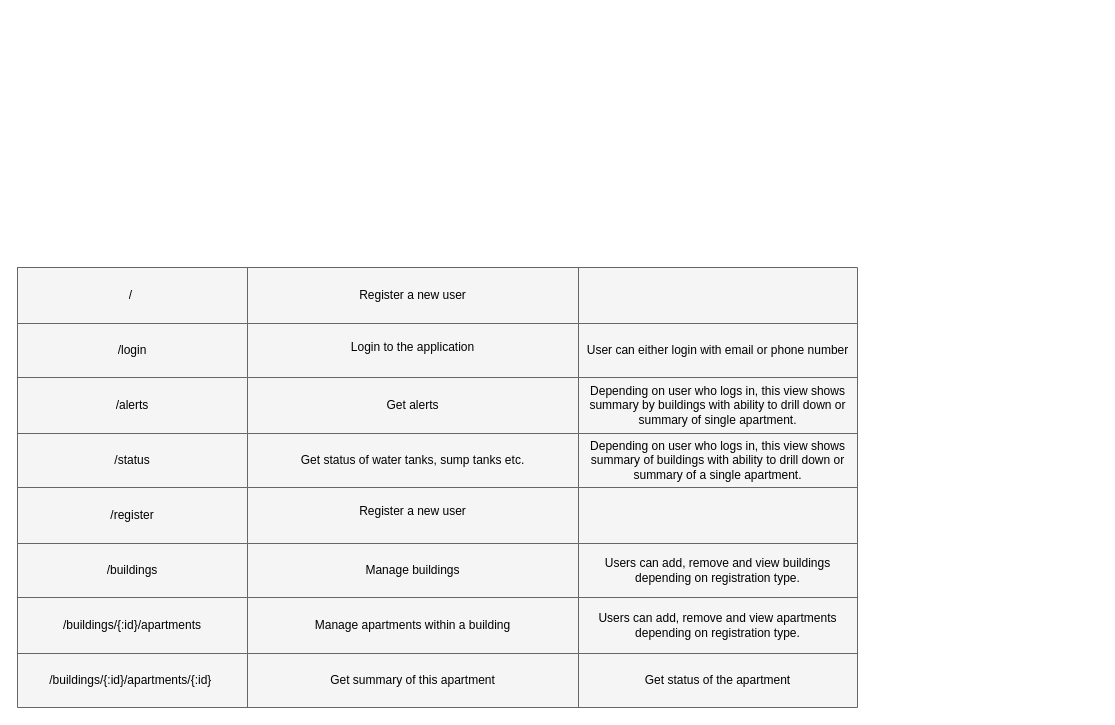
This is notes/WaterManagementApp.drawio from aniruddhand/ciot-capstone, a draw.io file, before an edit. Source tidied: cells renumbered, new cells numbered last; positions are measured from the earlier drawing's top-left corner, leaving out a move shared by most shapes. Both pictures are drawn from the tidied source at 100%, with x=0, y=0 at pixel (17, 267).
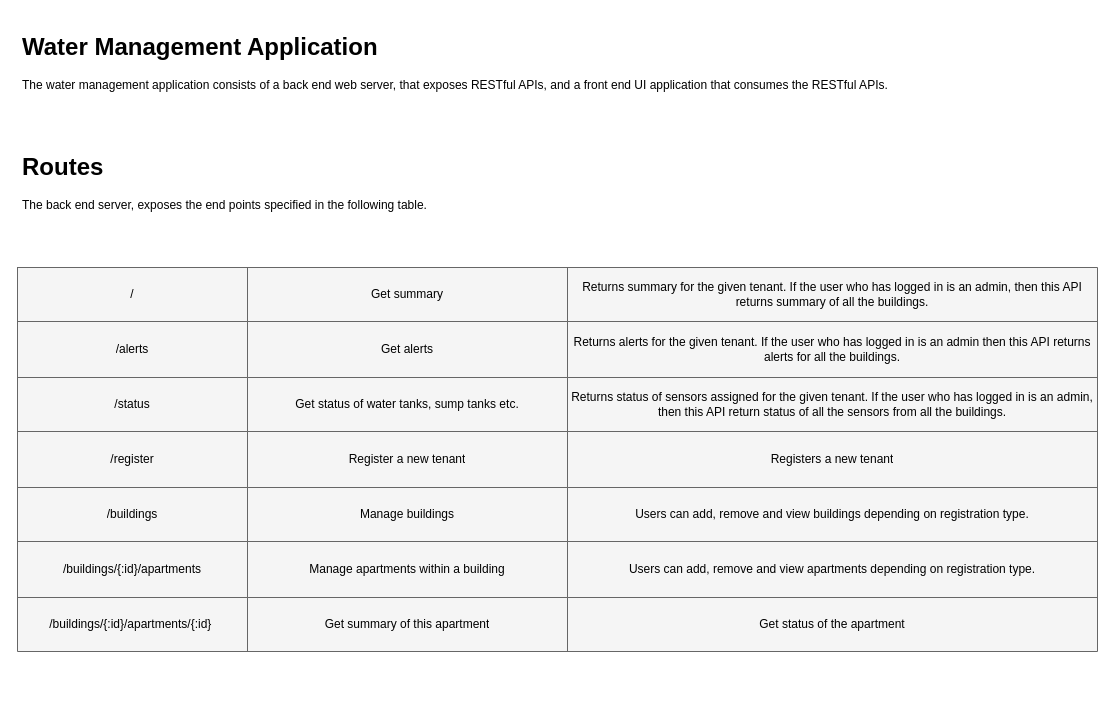
After the change.

What changed in the source:
```diff
@@
     <mxCell id="2" style="shape=table;startSize=0;childLayout=tableLayout;rounded=0;sketch=0;fillColor=#f5f5f5;strokeColor=#666666;fontColor=#333333;" parent="1" vertex="1">
-      <mxGeometry width="840" height="440" as="geometry" />
+      <mxGeometry width="1080" height="384" as="geometry" />
     </mxCell>
-    <mxCell id="3" style="shape=partialRectangle;fillColor=none;top=0;left=0;bottom=0;right=0;" parent="2" vertex="1">
-      <mxGeometry width="840" height="56" as="geometry" />
-    </mxCell>
-    <mxCell id="4" value="/&lt;span style=&quot;white-space: pre&quot;&gt; &lt;/span&gt;" style="shape=partialRectangle;html=1;whiteSpace=wrap;overflow=hidden;fillColor=none;top=0;left=0;bottom=0;right=0;" parent="3" vertex="1">
-      <mxGeometry width="230" height="56" as="geometry" />
-    </mxCell>
-    <mxCell id="5" value="Register a new user" style="shape=partialRectangle;html=1;whiteSpace=wrap;overflow=hidden;fillColor=none;top=0;left=0;bottom=0;right=0;" parent="3" vertex="1">
-      <mxGeometry x="230" width="331" height="56" as="geometry" />
-    </mxCell>
-    <mxCell id="6" style="shape=partialRectangle;html=1;whiteSpace=wrap;overflow=hidden;fillColor=none;top=0;left=0;bottom=0;right=0;" parent="3" vertex="1">
-      <mxGeometry x="561" width="279" height="56" as="geometry" />
-    </mxCell>
     <mxCell id="7" style="shape=partialRectangle;fillColor=none;top=0;left=0;bottom=0;right=0;" parent="2" vertex="1">
-      <mxGeometry y="56" width="840" height="54" as="geometry" />
+      <mxGeometry width="1080" height="54" as="geometry" />
     </mxCell>
-    <mxCell id="8" value="/login&lt;span style=&quot;white-space: pre&quot;&gt;&lt;/span&gt;&lt;span style=&quot;white-space: pre&quot;&gt;&lt;/span&gt;" style="shape=partialRectangle;html=1;whiteSpace=wrap;overflow=hidden;fillColor=none;top=0;left=0;bottom=0;right=0;" parent="7" vertex="1">
+    <mxCell id="8" value="/" style="shape=partialRectangle;html=1;whiteSpace=wrap;overflow=hidden;fillColor=none;top=0;left=0;bottom=0;right=0;" parent="7" vertex="1">
       <mxGeometry width="230" height="54" as="geometry" />
     </mxCell>
-    <mxCell id="9" value="&#10;Login to the application&#10;&#10;" style="shape=partialRectangle;html=1;whiteSpace=wrap;overflow=hidden;fillColor=none;top=0;left=0;bottom=0;right=0;" parent="7" vertex="1">
-      <mxGeometry x="230" width="331" height="54" as="geometry" />
+    <mxCell id="9" value="Get summary" style="shape=partialRectangle;html=1;whiteSpace=wrap;overflow=hidden;fillColor=none;top=0;left=0;bottom=0;right=0;" parent="7" vertex="1">
+      <mxGeometry x="230" width="320" height="54" as="geometry" />
     </mxCell>
-    <mxCell id="10" value="User can either login with email or phone number" style="shape=partialRectangle;html=1;whiteSpace=wrap;overflow=hidden;fillColor=none;top=0;left=0;bottom=0;right=0;" parent="7" vertex="1">
-      <mxGeometry x="561" width="279" height="54" as="geometry" />
+    <mxCell id="10" value="Returns summary for the given tenant. If the user who has logged in is an admin, then this API returns summary of all the buildings." style="shape=partialRectangle;html=1;whiteSpace=wrap;overflow=hidden;fillColor=none;top=0;left=0;bottom=0;right=0;" parent="7" vertex="1">
+      <mxGeometry x="550" width="530" height="54" as="geometry" />
     </mxCell>
     <mxCell id="11" style="shape=partialRectangle;fillColor=none;top=0;left=0;bottom=0;right=0;" parent="2" vertex="1">
-      <mxGeometry y="110" width="840" height="56" as="geometry" />
+      <mxGeometry y="54" width="1080" height="56" as="geometry" />
     </mxCell>
@@
     <mxCell id="13" value="Get alerts" style="shape=partialRectangle;html=1;whiteSpace=wrap;overflow=hidden;fillColor=none;top=0;left=0;bottom=0;right=0;" parent="11" vertex="1">
-      <mxGeometry x="230" width="331" height="56" as="geometry" />
+      <mxGeometry x="230" width="320" height="56" as="geometry" />
     </mxCell>
-    <mxCell id="14" value="Depending on user who logs in, this view shows summary by buildings with ability to drill down or summary of single apartment." style="shape=partialRectangle;html=1;whiteSpace=wrap;overflow=hidden;fillColor=none;top=0;left=0;bottom=0;right=0;" parent="11" vertex="1">
-      <mxGeometry x="561" width="279" height="56" as="geometry" />
+    <mxCell id="14" value="Returns alerts for the given tenant. If the user who has logged in is an admin then this API returns alerts for all the buildings." style="shape=partialRectangle;html=1;whiteSpace=wrap;overflow=hidden;fillColor=none;top=0;left=0;bottom=0;right=0;" parent="11" vertex="1">
+      <mxGeometry x="550" width="530" height="56" as="geometry" />
     </mxCell>
     <mxCell id="15" style="shape=partialRectangle;fillColor=none;top=0;left=0;bottom=0;right=0;" parent="2" vertex="1">
-      <mxGeometry y="166" width="840" height="54" as="geometry" />
+      <mxGeometry y="110" width="1080" height="54" as="geometry" />
     </mxCell>
@@
     <mxCell id="17" value="Get status of water tanks, sump tanks etc." style="shape=partialRectangle;html=1;whiteSpace=wrap;overflow=hidden;fillColor=none;top=0;left=0;bottom=0;right=0;" parent="15" vertex="1">
-      <mxGeometry x="230" width="331" height="54" as="geometry" />
+      <mxGeometry x="230" width="320" height="54" as="geometry" />
     </mxCell>
-    <mxCell id="18" value="&lt;div&gt;Depending on user who logs in, this view shows summary of buildings with ability to drill down or summary of a single apartment.&lt;/div&gt;" style="shape=partialRectangle;html=1;whiteSpace=wrap;overflow=hidden;fillColor=none;top=0;left=0;bottom=0;right=0;" parent="15" vertex="1">
-      <mxGeometry x="561" width="279" height="54" as="geometry" />
+    <mxCell id="18" value="&lt;div&gt;Returns status of sensors assigned for the given tenant. If the user who has logged in is an admin, then this API return status of all the sensors from all the buildings.&lt;br&gt;&lt;/div&gt;" style="shape=partialRectangle;html=1;whiteSpace=wrap;overflow=hidden;fillColor=none;top=0;left=0;bottom=0;right=0;" parent="15" vertex="1">
+      <mxGeometry x="550" width="530" height="54" as="geometry" />
     </mxCell>
     <mxCell id="19" style="shape=partialRectangle;fillColor=none;top=0;left=0;bottom=0;right=0;" parent="2" vertex="1">
-      <mxGeometry y="220" width="840" height="56" as="geometry" />
+      <mxGeometry y="164" width="1080" height="56" as="geometry" />
     </mxCell>
@@
-    <mxCell id="21" value="&#10;Register a new user&#10;&#10;" style="shape=partialRectangle;html=1;whiteSpace=wrap;overflow=hidden;fillColor=none;top=0;left=0;bottom=0;right=0;" parent="19" vertex="1">
-      <mxGeometry x="230" width="331" height="56" as="geometry" />
+    <mxCell id="21" value="Register a new tenant" style="shape=partialRectangle;html=1;whiteSpace=wrap;overflow=hidden;fillColor=none;top=0;left=0;bottom=0;right=0;" parent="19" vertex="1">
+      <mxGeometry x="230" width="320" height="56" as="geometry" />
     </mxCell>
-    <mxCell id="22" style="shape=partialRectangle;html=1;whiteSpace=wrap;overflow=hidden;fillColor=none;top=0;left=0;bottom=0;right=0;" parent="19" vertex="1">
-      <mxGeometry x="561" width="279" height="56" as="geometry" />
+    <mxCell id="22" value="Registers a new tenant" style="shape=partialRectangle;html=1;whiteSpace=wrap;overflow=hidden;fillColor=none;top=0;left=0;bottom=0;right=0;" parent="19" vertex="1">
+      <mxGeometry x="550" width="530" height="56" as="geometry" />
     </mxCell>
     <mxCell id="23" style="shape=partialRectangle;fillColor=none;top=0;left=0;bottom=0;right=0;" parent="2" vertex="1">
-      <mxGeometry y="276" width="840" height="54" as="geometry" />
+      <mxGeometry y="220" width="1080" height="54" as="geometry" />
     </mxCell>
@@
     <mxCell id="25" value="Manage buildings" style="shape=partialRectangle;html=1;whiteSpace=wrap;overflow=hidden;fillColor=none;top=0;left=0;bottom=0;right=0;" parent="23" vertex="1">
-      <mxGeometry x="230" width="331" height="54" as="geometry" />
+      <mxGeometry x="230" width="320" height="54" as="geometry" />
     </mxCell>
     <mxCell id="26" value="Users can add, remove and view buildings depending on registration type." style="shape=partialRectangle;html=1;whiteSpace=wrap;overflow=hidden;fillColor=none;top=0;left=0;bottom=0;right=0;" parent="23" vertex="1">
-      <mxGeometry x="561" width="279" height="54" as="geometry" />
+      <mxGeometry x="550" width="530" height="54" as="geometry" />
     </mxCell>
     <mxCell id="27" style="shape=partialRectangle;fillColor=none;top=0;left=0;bottom=0;right=0;" parent="2" vertex="1">
-      <mxGeometry y="330" width="840" height="56" as="geometry" />
+      <mxGeometry y="274" width="1080" height="56" as="geometry" />
     </mxCell>
@@
     <mxCell id="29" value="Manage apartments within a building" style="shape=partialRectangle;html=1;whiteSpace=wrap;overflow=hidden;fillColor=none;top=0;left=0;bottom=0;right=0;" parent="27" vertex="1">
-      <mxGeometry x="230" width="331" height="56" as="geometry" />
+      <mxGeometry x="230" width="320" height="56" as="geometry" />
     </mxCell>
     <mxCell id="30" value="Users can add, remove and view apartments depending on registration type." style="shape=partialRectangle;html=1;whiteSpace=wrap;overflow=hidden;fillColor=none;top=0;left=0;bottom=0;right=0;" parent="27" vertex="1">
-      <mxGeometry x="561" width="279" height="56" as="geometry" />
+      <mxGeometry x="550" width="530" height="56" as="geometry" />
     </mxCell>
     <mxCell id="31" style="shape=partialRectangle;fillColor=none;top=0;left=0;bottom=0;right=0;" parent="2" vertex="1">
-      <mxGeometry y="386" width="840" height="54" as="geometry" />
+      <mxGeometry y="330" width="1080" height="54" as="geometry" />
     </mxCell>
@@
     <mxCell id="33" value="Get summary of this apartment" style="shape=partialRectangle;html=1;whiteSpace=wrap;overflow=hidden;fillColor=none;top=0;left=0;bottom=0;right=0;" parent="31" vertex="1">
-      <mxGeometry x="230" width="331" height="54" as="geometry" />
+      <mxGeometry x="230" width="320" height="54" as="geometry" />
     </mxCell>
     <mxCell id="34" value="Get status of the apartment" style="shape=partialRectangle;html=1;whiteSpace=wrap;overflow=hidden;fillColor=none;top=0;left=0;bottom=0;right=0;" parent="31" vertex="1">
-      <mxGeometry x="561" width="279" height="54" as="geometry" />
+      <mxGeometry x="550" width="530" height="54" as="geometry" />
     </mxCell>
+    <mxCell id="35" value="&lt;h1&gt;Water Management Application&lt;/h1&gt;&lt;p&gt;The water management application consists of a back end web server, that exposes RESTful APIs, and a front end UI application that consumes the RESTful APIs.&lt;br&gt;&lt;/p&gt;" style="text;html=1;strokeColor=none;fillColor=none;spacing=5;spacingTop=-20;whiteSpace=wrap;overflow=hidden;rounded=0;sketch=0;startSize=0;" parent="1" vertex="1">
+      <mxGeometry y="-240" width="1080" height="100" as="geometry" />
+    </mxCell>
+    <mxCell id="36" value="&lt;h1&gt;Routes&lt;br&gt;&lt;/h1&gt;&lt;p&gt;The back end server, exposes the end points specified in the following table.&lt;br&gt;&lt;/p&gt;" style="text;html=1;strokeColor=none;fillColor=none;spacing=5;spacingTop=-20;whiteSpace=wrap;overflow=hidden;rounded=0;sketch=0;startSize=0;" parent="1" vertex="1">
+      <mxGeometry y="-120" width="1080" height="100" as="geometry" />
+    </mxCell>
```
